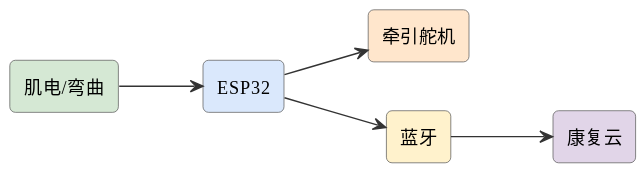
The PlantUML diagram assets/diagrams/ideas-fig52.svg in mingyi0818/IntelligentMcuCourse, before a commit.
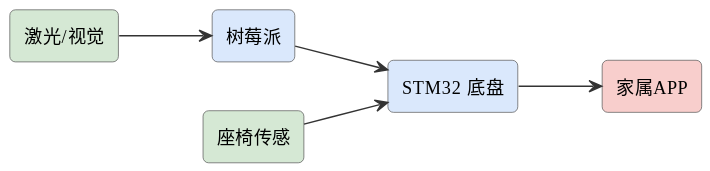
Above is the later version.

Change to the diagram source:
```diff
@@ -6,13 +6,13 @@
 skinparam arrowFontSize 11
 skinparam arrowColor #333
 left to right direction
-rectangle "肌电/弯曲" as emg #d5e8d4
-rectangle "ESP32" as esp #dae8fc
-rectangle "牵引舵机" as servo #ffe6cc
-rectangle "蓝牙" as bt #fff2cc
-rectangle "康复云" as cloud #e1d5e8
-emg --> esp
-esp --> servo
-esp --> bt
-bt --> cloud
+rectangle "激光/视觉" as lidar #d5e8d4
+rectangle "树莓派" as pi #dae8fc
+rectangle "STM32 底盘" as stm #dae8fc
+rectangle "座椅传感" as seat #d5e8d4
+rectangle "家属APP" as app #f8cecc
+lidar --> pi
+pi --> stm
+seat --> stm
+stm --> app
 @enduml
```
